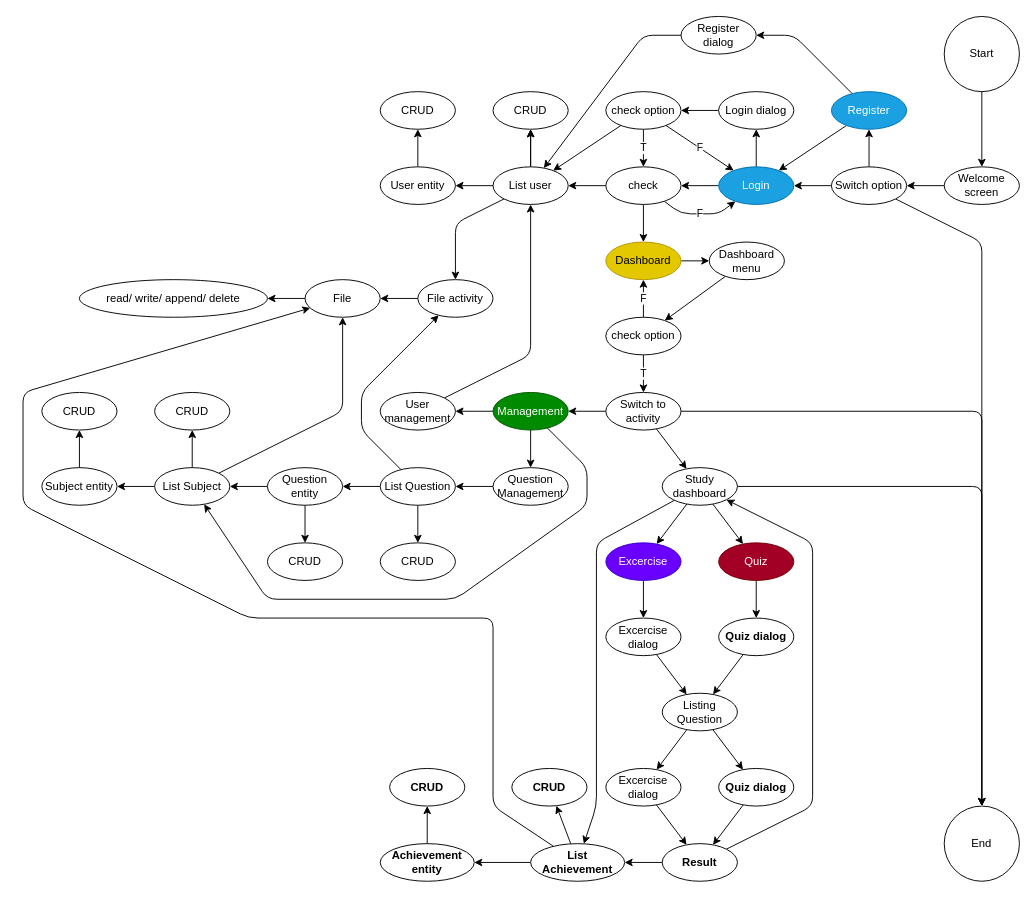
Earlier version of the draw.io diagram page "Use case" (1 of 2) of diagrams.drawio (dev4fut/quiz-system). Source tidied: cells renumbered, new cells numbered last; positions are measured from the earlier drawing's top-left corner, leaving out a move shared by most shapes. Both pictures are drawn from the tidied source at 94%, with x=0, y=0 at pixel (23, 16).
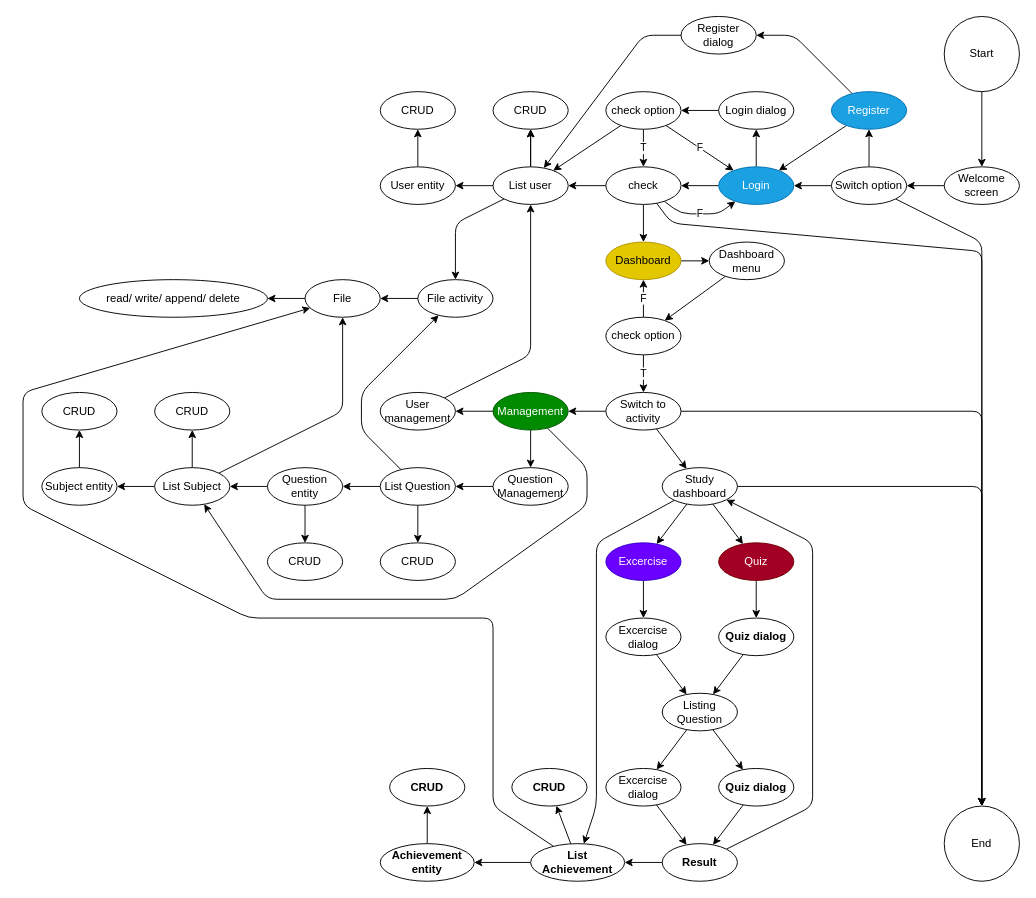
The same page after the edit.

Commit message:
add class diagram

The change refers to these unchanged cells:
```xml
<mxCell id="19" value="check" style="ellipse;whiteSpace=wrap;html=1;" parent="1" vertex="1">
  <mxGeometry x="620" y="160" width="80" height="40" as="geometry" />
</mxCell>
<mxCell id="62" value="End" style="ellipse;whiteSpace=wrap;html=1;" parent="1" vertex="1">
  <mxGeometry x="980" y="840" width="80" height="80" as="geometry" />
</mxCell>
```

Change to the diagram source:
```diff
@@
+    <mxCell id="110" style="edgeStyle=none;html=1;" parent="1" edge="1" source="19" target="62">
+      <mxGeometry relative="1" as="geometry">
+        <Array as="points">
+          <mxPoint x="690" y="220" />
+          <mxPoint x="1020" y="250" />
+        </Array>
+      </mxGeometry>
+    </mxCell>
```
